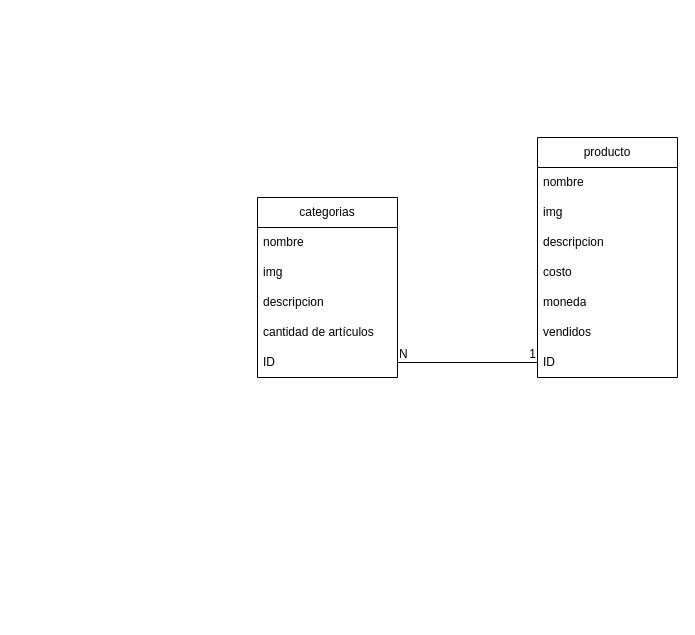
Before: para-JaP/Diagrama sin título (1).drawio in NicoHUB911/proyecto_JAP, a draw.io diagram. Source tidied: cells renumbered, new cells numbered last; positions are measured from the earlier drawing's top-left corner, leaving out a move shared by most shapes. Both pictures are drawn from the tidied source at 100%, with x=0, y=0 at pixel (257, 137).
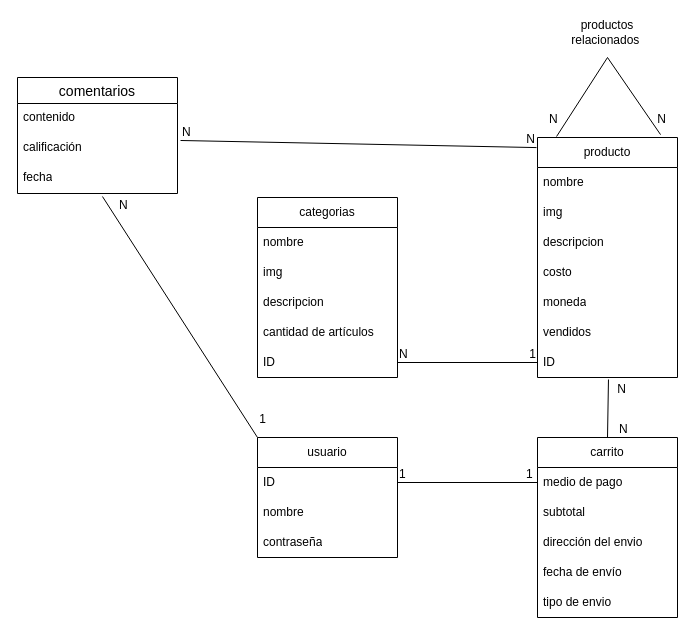
Above is the later version.

Commit message:
puse el diagrama

The change refers to these unchanged cells:
```xml
<mxCell id="8" value="producto" style="swimlane;fontStyle=0;horizontal=1;startSize=30;whiteSpace=wrap;html=1;" parent="1" vertex="1">
  <mxGeometry x="280" width="140" height="240" as="geometry" />
</mxCell>
<mxCell id="15" value="ID" style="text;strokeColor=none;fillColor=none;align=left;verticalAlign=middle;spacingLeft=4;spacingRight=4;overflow=hidden;points=[[0,0.5],[1,0.5]];portConstraint=eastwest;whiteSpace=wrap;html=1;" parent="8" vertex="1">
  <mxGeometry y="210" width="140" height="30" as="geometry" />
</mxCell>
```

The edit, as a diff of the source:
```diff
@@
+    <mxCell id="19" value="usuario" style="swimlane;fontStyle=0;horizontal=1;startSize=30;whiteSpace=wrap;html=1;" parent="1" vertex="1">
+      <mxGeometry y="300" width="140" height="120" as="geometry" />
+    </mxCell>
+    <mxCell id="20" value="ID" style="text;strokeColor=none;fillColor=none;align=left;verticalAlign=middle;spacingLeft=4;spacingRight=4;overflow=hidden;points=[[0,0.5],[1,0.5]];portConstraint=eastwest;whiteSpace=wrap;html=1;" parent="19" vertex="1">
+      <mxGeometry y="30" width="140" height="30" as="geometry" />
+    </mxCell>
+    <mxCell id="21" value="nombre" style="text;strokeColor=none;fillColor=none;align=left;verticalAlign=middle;spacingLeft=4;spacingRight=4;overflow=hidden;whiteSpace=wrap;html=1;" parent="19" vertex="1">
+      <mxGeometry y="60" width="140" height="30" as="geometry" />
+    </mxCell>
+    <mxCell id="22" value="contraseña" style="text;strokeColor=none;fillColor=none;align=left;verticalAlign=middle;spacingLeft=4;spacingRight=4;overflow=hidden;whiteSpace=wrap;html=1;" parent="19" vertex="1">
+      <mxGeometry y="90" width="140" height="30" as="geometry" />
+    </mxCell>
+    <mxCell id="23" value="carrito" style="swimlane;fontStyle=0;horizontal=1;startSize=30;whiteSpace=wrap;html=1;" parent="1" vertex="1">
+      <mxGeometry x="280" y="300" width="140" height="180" as="geometry" />
+    </mxCell>
+    <mxCell id="24" value="medio de pago" style="text;strokeColor=none;fillColor=none;align=left;verticalAlign=middle;spacingLeft=4;spacingRight=4;overflow=hidden;points=[[0,0.5],[1,0.5]];portConstraint=eastwest;whiteSpace=wrap;html=1;" parent="23" vertex="1">
+      <mxGeometry y="30" width="140" height="30" as="geometry" />
+    </mxCell>
+    <mxCell id="25" value="subtotal" style="text;strokeColor=none;fillColor=none;align=left;verticalAlign=middle;spacingLeft=4;spacingRight=4;overflow=hidden;whiteSpace=wrap;html=1;" parent="23" vertex="1">
+      <mxGeometry y="60" width="140" height="30" as="geometry" />
+    </mxCell>
+    <mxCell id="26" value="dirección del envio" style="text;strokeColor=none;fillColor=none;align=left;verticalAlign=middle;spacingLeft=4;spacingRight=4;overflow=hidden;whiteSpace=wrap;html=1;" parent="23" vertex="1">
+      <mxGeometry y="90" width="140" height="30" as="geometry" />
+    </mxCell>
+    <mxCell id="27" value="fecha de envío" style="text;strokeColor=none;fillColor=none;align=left;verticalAlign=middle;spacingLeft=4;spacingRight=4;overflow=hidden;whiteSpace=wrap;html=1;" parent="23" vertex="1">
+      <mxGeometry y="120" width="140" height="30" as="geometry" />
+    </mxCell>
+    <mxCell id="28" value="tipo de envio" style="text;strokeColor=none;fillColor=none;align=left;verticalAlign=middle;spacingLeft=4;spacingRight=4;overflow=hidden;whiteSpace=wrap;html=1;" parent="23" vertex="1">
+      <mxGeometry y="150" width="140" height="30" as="geometry" />
+    </mxCell>
+    <mxCell id="29" style="endArrow=none;html=1;rounded=0;entryX=0;entryY=0.5;entryDx=0;entryDy=0;exitX=1;exitY=0.5;exitDx=0;exitDy=0;" parent="1" edge="1" source="20" target="24">
+      <mxGeometry relative="1" as="geometry" />
+    </mxCell>
+    <mxCell id="30" value="1" style="html=1;whiteSpace=wrap;align=left;verticalAlign=bottom;" parent="29" vertex="1">
+      <mxGeometry x="-1" relative="1" as="geometry" />
+    </mxCell>
+    <mxCell id="31" value="1&amp;nbsp; &amp;nbsp;" style="html=1;whiteSpace=wrap;align=right;verticalAlign=bottom;" parent="29" vertex="1">
+      <mxGeometry x="1" relative="1" as="geometry">
+        <mxPoint y="15" as="offset" />
+      </mxGeometry>
+    </mxCell>
+    <mxCell id="32" style="endArrow=none;html=1;rounded=0;entryX=0.507;entryY=1.067;entryDx=0;entryDy=0;entryPerimeter=0;exitX=0.5;exitY=0;exitDx=0;exitDy=0;" parent="1" edge="1" source="23" target="15">
+      <mxGeometry relative="1" as="geometry" />
+    </mxCell>
+    <mxCell id="33" value="N" style="html=1;whiteSpace=wrap;align=left;verticalAlign=bottom;" parent="32" vertex="1">
+      <mxGeometry x="-1" relative="1" as="geometry">
+        <mxPoint x="10" as="offset" />
+      </mxGeometry>
+    </mxCell>
+    <mxCell id="34" value="N" style="html=1;whiteSpace=wrap;align=right;verticalAlign=bottom;" parent="32" vertex="1">
+      <mxGeometry x="1" relative="1" as="geometry">
+        <mxPoint x="19" y="18" as="offset" />
+      </mxGeometry>
+    </mxCell>
+    <mxCell id="35" value="comentarios" style="swimlane;fontStyle=0;horizontal=1;startSize=26;align=center;fontSize=14;" parent="1" vertex="1">
+      <mxGeometry x="-240" y="-60" width="160" height="116" as="geometry" />
+    </mxCell>
+    <mxCell id="36" value="contenido" style="text;strokeColor=none;fillColor=none;spacingLeft=4;spacingRight=4;overflow=hidden;fontSize=12;whiteSpace=wrap;html=1;" parent="35" vertex="1">
+      <mxGeometry y="26" width="160" height="30" as="geometry" />
+    </mxCell>
+    <mxCell id="37" value="calificación" style="text;strokeColor=none;fillColor=none;spacingLeft=4;spacingRight=4;overflow=hidden;points=[[0,0.5],[1,0.5]];portConstraint=eastwest;fontSize=12;whiteSpace=wrap;html=1;" parent="35" vertex="1">
+      <mxGeometry y="56" width="160" height="30" as="geometry" />
+    </mxCell>
+    <mxCell id="38" value="fecha" style="text;strokeColor=none;fillColor=none;spacingLeft=4;spacingRight=4;overflow=hidden;points=[[0,0.5],[1,0.5]];portConstraint=eastwest;fontSize=12;whiteSpace=wrap;html=1;" parent="35" vertex="1">
+      <mxGeometry y="86" width="160" height="30" as="geometry" />
+    </mxCell>
+    <mxCell id="39" style="endArrow=none;html=1;rounded=0;exitX=1.019;exitY=0.233;exitDx=0;exitDy=0;exitPerimeter=0;entryX=-0.007;entryY=0.042;entryDx=0;entryDy=0;entryPerimeter=0;" parent="1" edge="1" source="37" target="8">
+      <mxGeometry relative="1" as="geometry" />
+    </mxCell>
+    <mxCell id="40" value="N" style="html=1;whiteSpace=wrap;align=left;verticalAlign=bottom;" parent="39" vertex="1">
+      <mxGeometry x="-1" relative="1" as="geometry" />
+    </mxCell>
+    <mxCell id="41" value="N" style="html=1;whiteSpace=wrap;align=right;verticalAlign=bottom;" parent="39" vertex="1">
+      <mxGeometry x="1" relative="1" as="geometry" />
+    </mxCell>
+    <mxCell id="42" style="endArrow=none;html=1;rounded=0;exitX=0.531;exitY=1.1;exitDx=0;exitDy=0;exitPerimeter=0;entryX=0;entryY=0;entryDx=0;entryDy=0;" parent="1" edge="1" source="38" target="19">
+      <mxGeometry relative="1" as="geometry" />
+    </mxCell>
+    <mxCell id="43" value="N" style="html=1;whiteSpace=wrap;align=left;verticalAlign=bottom;" parent="42" vertex="1">
+      <mxGeometry x="-1" relative="1" as="geometry">
+        <mxPoint x="15" y="17" as="offset" />
+      </mxGeometry>
+    </mxCell>
+    <mxCell id="44" value="1" style="html=1;whiteSpace=wrap;align=right;verticalAlign=bottom;" parent="42" vertex="1">
+      <mxGeometry x="1" relative="1" as="geometry">
+        <mxPoint x="10" y="-10" as="offset" />
+      </mxGeometry>
+    </mxCell>
+    <mxCell id="45" style="endArrow=none;html=1;rounded=0;entryX=0.879;entryY=-0.012;entryDx=0;entryDy=0;entryPerimeter=0;exitX=0.136;exitY=-0.004;exitDx=0;exitDy=0;exitPerimeter=0;" parent="1" edge="1" source="8" target="8">
+      <mxGeometry relative="1" as="geometry">
+        <Array as="points">
+          <mxPoint x="350" y="-80" />
+        </Array>
+      </mxGeometry>
+    </mxCell>
+    <mxCell id="46" value="N" style="html=1;whiteSpace=wrap;align=left;verticalAlign=bottom;" parent="45" vertex="1">
+      <mxGeometry x="-1" relative="1" as="geometry">
+        <mxPoint x="-9" y="-9" as="offset" />
+      </mxGeometry>
+    </mxCell>
+    <mxCell id="47" value="N" style="html=1;whiteSpace=wrap;align=right;verticalAlign=bottom;" parent="45" vertex="1">
+      <mxGeometry x="1" relative="1" as="geometry">
+        <mxPoint x="7" y="-7" as="offset" />
+      </mxGeometry>
+    </mxCell>
+    <mxCell id="48" value="productos relacionados&amp;nbsp;" style="text;html=1;strokeColor=none;fillColor=none;align=center;verticalAlign=middle;whiteSpace=wrap;rounded=0;" parent="1" vertex="1">
+      <mxGeometry x="320" y="-120" width="60" height="30" as="geometry" />
+    </mxCell>
```
